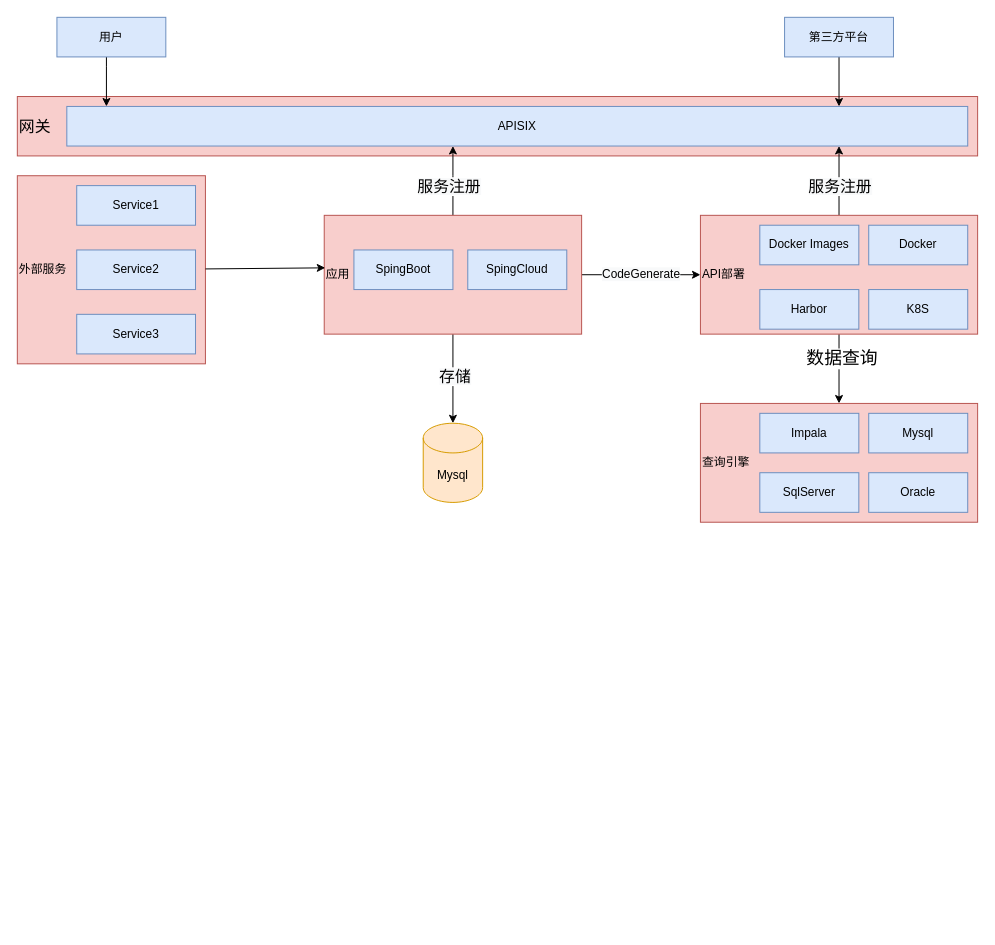
The draw.io diagram Untitled Diagram.drawio in EvenGui/atlas_cn, before the edit. Source tidied: cells renumbered, new cells numbered last; positions are measured from the earlier drawing's top-left corner, leaving out a move shared by most shapes. Both pictures are drawn from the tidied source at 99%, with x=0, y=0 at pixel (17, 17).
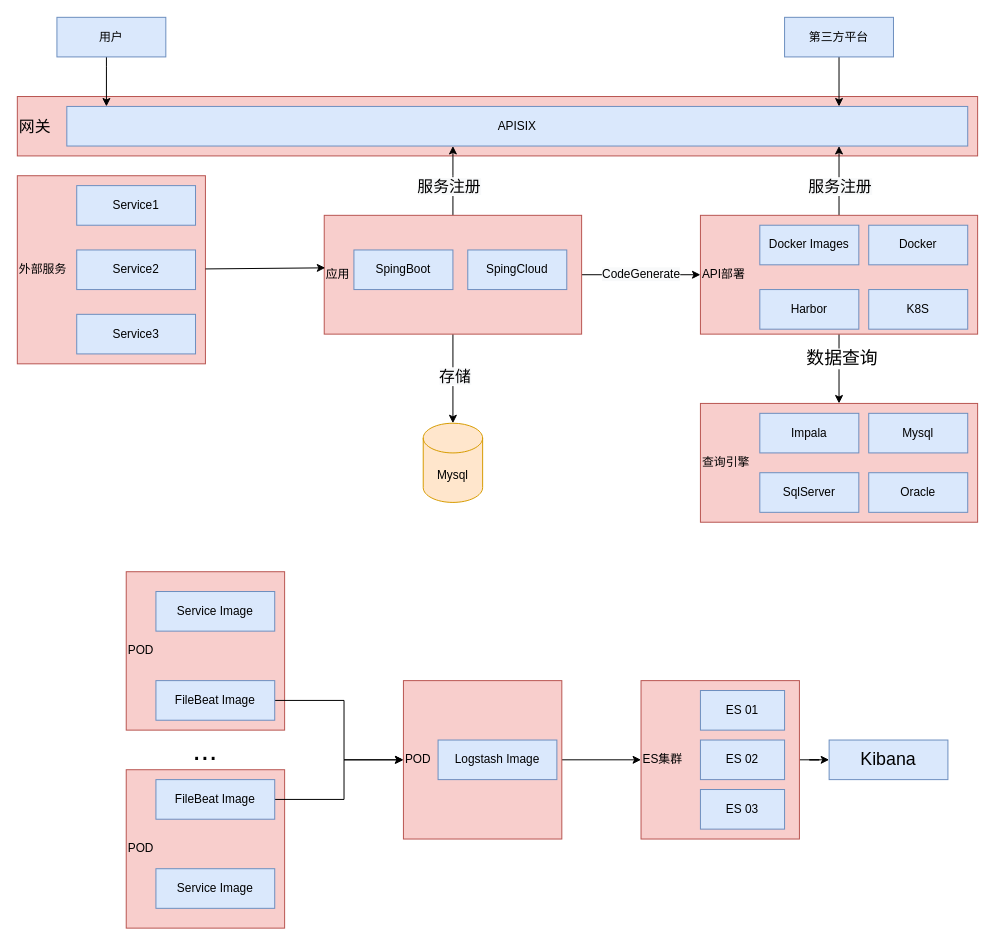
Above is the later version.

Change to the diagram source:
```diff
@@
+    <mxCell id="36" value="&lt;div&gt;&lt;span&gt;POD&lt;/span&gt;&lt;/div&gt;" style="whiteSpace=wrap;html=1;align=left;fillColor=#f8cecc;strokeColor=#b85450;" parent="1" vertex="1">
+      <mxGeometry x="110" y="560" width="160" height="160" as="geometry" />
+    </mxCell>
+    <mxCell id="37" style="edgeStyle=orthogonalEdgeStyle;rounded=0;jettySize=auto;html=1;" parent="1" edge="1" source="38" target="46">
+      <mxGeometry relative="1" as="geometry">
+        <Array as="points">
+          <mxPoint x="330" y="690" />
+          <mxPoint x="330" y="750" />
+        </Array>
+      </mxGeometry>
+    </mxCell>
+    <mxCell id="38" value="FileBeat Image" style="rounded=0;whiteSpace=wrap;html=1;fillColor=#dae8fc;strokeColor=#6c8ebf;" parent="1" vertex="1">
+      <mxGeometry x="140" y="670" width="120" height="40" as="geometry" />
+    </mxCell>
+    <mxCell id="39" value="Service Image" style="rounded=0;whiteSpace=wrap;html=1;fillColor=#dae8fc;strokeColor=#6c8ebf;" parent="1" vertex="1">
+      <mxGeometry x="140" y="580" width="120" height="40" as="geometry" />
+    </mxCell>
+    <mxCell id="40" value="&lt;font style=&quot;font-size: 30px&quot;&gt;...&lt;/font&gt;" style="text;html=1;strokeColor=none;fillColor=none;align=center;verticalAlign=middle;whiteSpace=wrap;rounded=0;" parent="1" vertex="1">
+      <mxGeometry x="170" y="730" width="40" height="20" as="geometry" />
+    </mxCell>
+    <mxCell id="41" value="&lt;div&gt;&lt;span&gt;POD&lt;/span&gt;&lt;/div&gt;" style="whiteSpace=wrap;html=1;align=left;fillColor=#f8cecc;strokeColor=#b85450;" parent="1" vertex="1">
+      <mxGeometry x="110" y="760" width="160" height="160" as="geometry" />
+    </mxCell>
+    <mxCell id="42" style="edgeStyle=orthogonalEdgeStyle;rounded=0;jettySize=auto;html=1;" parent="1" edge="1" source="43" target="46">
+      <mxGeometry relative="1" as="geometry">
+        <Array as="points">
+          <mxPoint x="330" y="790" />
+          <mxPoint x="330" y="750" />
+        </Array>
+      </mxGeometry>
+    </mxCell>
+    <mxCell id="43" value="FileBeat Image" style="rounded=0;whiteSpace=wrap;html=1;fillColor=#dae8fc;strokeColor=#6c8ebf;" parent="1" vertex="1">
+      <mxGeometry x="140" y="770" width="120" height="40" as="geometry" />
+    </mxCell>
+    <mxCell id="44" value="Service Image" style="rounded=0;whiteSpace=wrap;html=1;fillColor=#dae8fc;strokeColor=#6c8ebf;" parent="1" vertex="1">
+      <mxGeometry x="140" y="860" width="120" height="40" as="geometry" />
+    </mxCell>
+    <mxCell id="45" style="edgeStyle=orthogonalEdgeStyle;rounded=0;jettySize=auto;html=1;" parent="1" edge="1" source="46" target="50">
+      <mxGeometry relative="1" as="geometry" />
+    </mxCell>
+    <mxCell id="46" value="&lt;div&gt;&lt;span&gt;POD&lt;/span&gt;&lt;/div&gt;" style="whiteSpace=wrap;html=1;align=left;fillColor=#f8cecc;strokeColor=#b85450;" parent="1" vertex="1">
+      <mxGeometry x="390" y="670" width="160" height="160" as="geometry" />
+    </mxCell>
+    <mxCell id="47" style="edgeStyle=orthogonalEdgeStyle;rounded=0;orthogonalLoop=1;jettySize=auto;html=1;exitX=0.5;exitY=1;exitDx=0;exitDy=0;" parent="1" edge="1" source="40" target="40">
+      <mxGeometry relative="1" as="geometry" />
+    </mxCell>
+    <mxCell id="48" value="Logstash Image" style="rounded=0;whiteSpace=wrap;html=1;fillColor=#dae8fc;strokeColor=#6c8ebf;" parent="1" vertex="1">
+      <mxGeometry x="425" y="730" width="120" height="40" as="geometry" />
+    </mxCell>
+    <mxCell id="49" style="edgeStyle=orthogonalEdgeStyle;rounded=0;jettySize=auto;html=1;" parent="1" edge="1" source="50" target="54">
+      <mxGeometry relative="1" as="geometry" />
+    </mxCell>
+    <mxCell id="50" value="ES集群" style="whiteSpace=wrap;html=1;align=left;fillColor=#f8cecc;strokeColor=#b85450;" parent="1" vertex="1">
+      <mxGeometry x="630" y="670" width="160" height="160" as="geometry" />
+    </mxCell>
+    <mxCell id="51" value="ES 01" style="rounded=0;whiteSpace=wrap;html=1;fillColor=#dae8fc;strokeColor=#6c8ebf;" parent="1" vertex="1">
+      <mxGeometry x="690" y="680" width="85" height="40" as="geometry" />
+    </mxCell>
+    <mxCell id="52" value="ES 02" style="rounded=0;whiteSpace=wrap;html=1;fillColor=#dae8fc;strokeColor=#6c8ebf;" parent="1" vertex="1">
+      <mxGeometry x="690" y="730" width="85" height="40" as="geometry" />
+    </mxCell>
+    <mxCell id="53" value="ES 03" style="rounded=0;whiteSpace=wrap;html=1;fillColor=#dae8fc;strokeColor=#6c8ebf;" parent="1" vertex="1">
+      <mxGeometry x="690" y="780" width="85" height="40" as="geometry" />
+    </mxCell>
+    <mxCell id="54" value="&lt;font style=&quot;font-size: 18px&quot;&gt;Kibana&lt;/font&gt;" style="rounded=0;whiteSpace=wrap;html=1;fillColor=#dae8fc;strokeColor=#6c8ebf;" parent="1" vertex="1">
+      <mxGeometry x="820" y="730" width="120" height="40" as="geometry" />
+    </mxCell>
```
